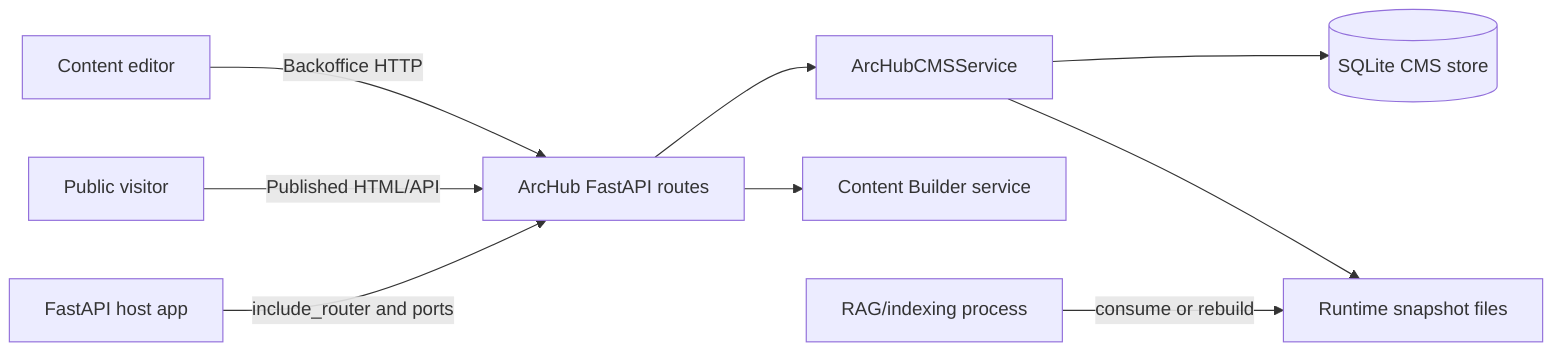
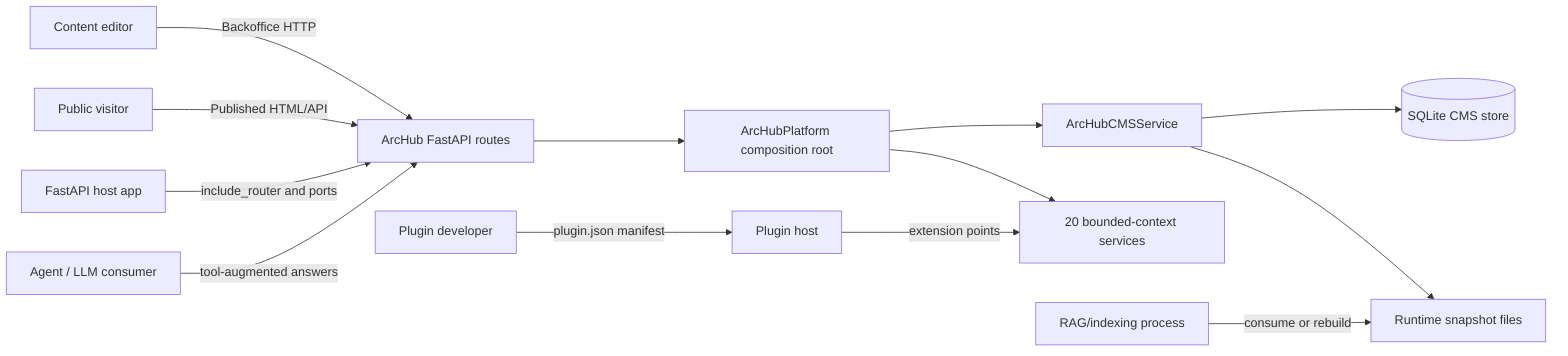
flowchart LR
    editor[Content editor] -->|Backoffice HTTP| routes[ArcHub FastAPI routes]
    visitor[Public visitor] -->|Published HTML/API| routes
    host[FastAPI host app] -->|include_router and ports| routes
-     routes --> cms[ArcHubCMSService]
-     routes --> builder[Content Builder service]
+     plugin_dev[Plugin developer] -->|plugin.json manifest| plugins[Plugin host]
+     routes --> platform[ArcHubPlatform composition root]
+     platform --> cms[ArcHubCMSService]
+     platform --> contexts[20 bounded-context services]
    cms --> sqlite[(SQLite CMS store)]
    cms --> runtime[Runtime snapshot files]
    rag[RAG/indexing process] -->|consume or rebuild| runtime
+     plugins -->|extension points| contexts
+     agent[Agent / LLM consumer] -->|tool-augmented answers| routes
